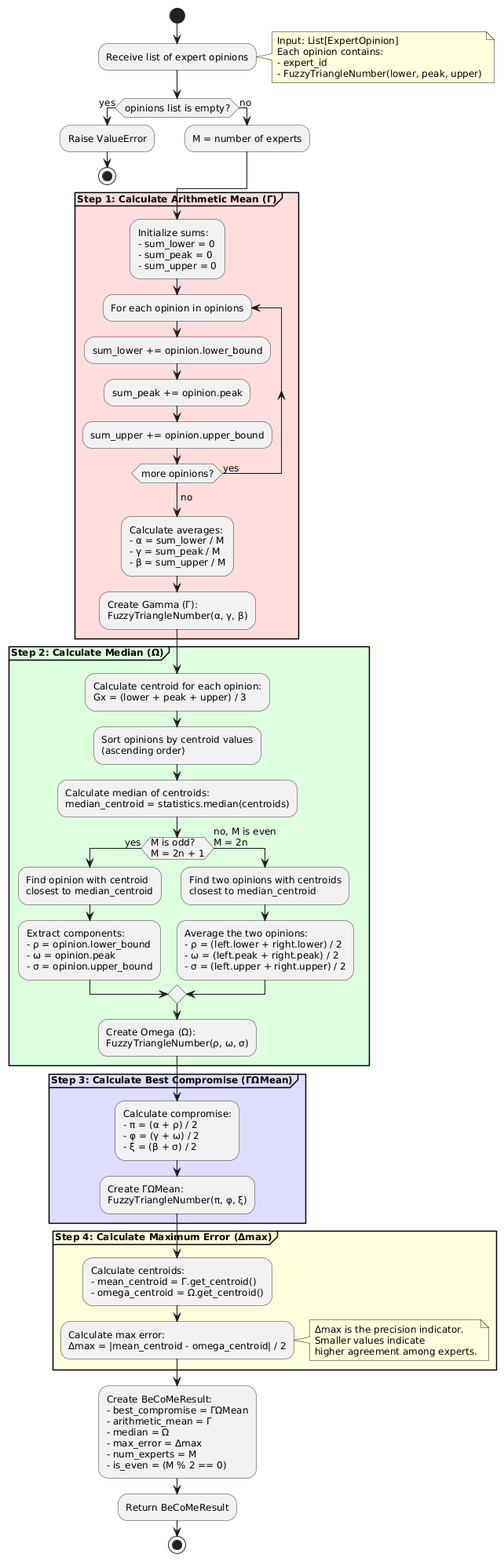
Before: docs/uml-diagrams/en/diagrams/png/activity-diagram.png, a diagram exported from PlantUML (caitlon/BeCoMe).
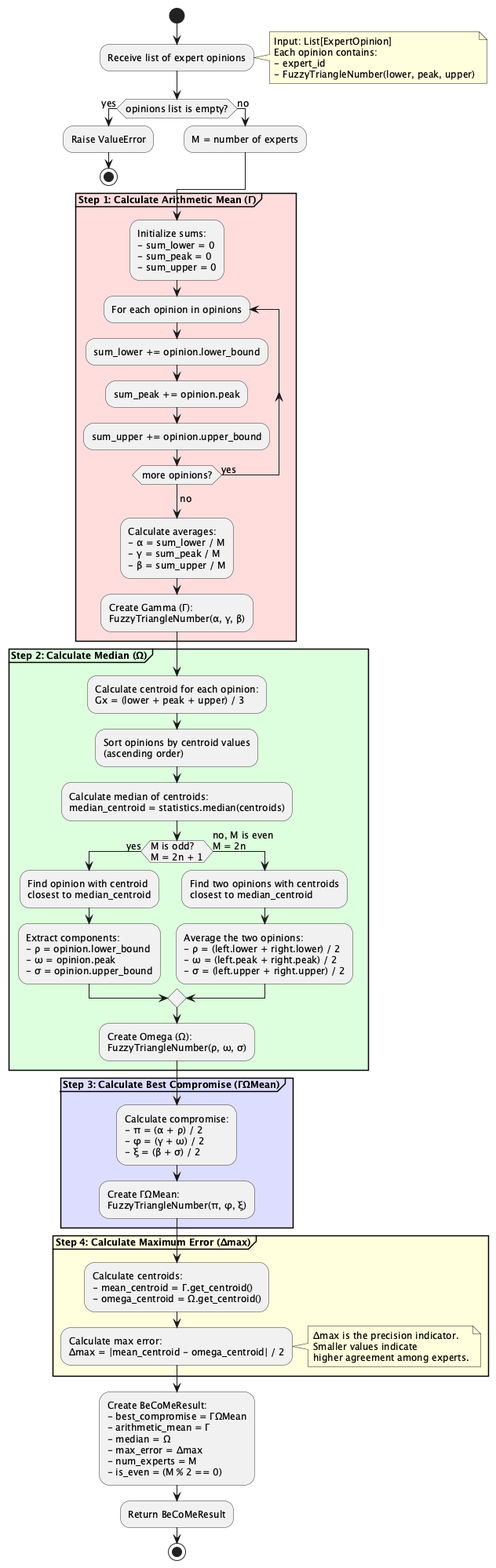
The same diagram one commit later.

What changed in the source:
```diff
@@ -1,4 +1,5 @@
-@startuml
+@startuml BeCoMe-Activity-Diagram
+
 skinparam backgroundColor #FFFFFF
 skinparam shadowing false
 skinparam defaultFontSize 12
@@ -81,4 +82,5 @@
 :Return BeCoMeResult;
 
 stop
+
 @enduml
```
